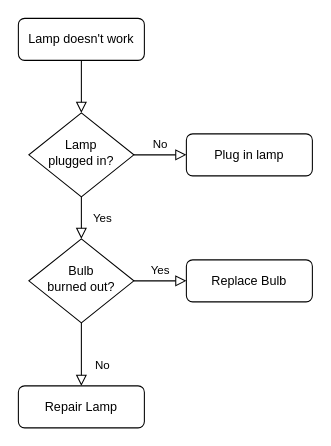
Earlier version of the draw.io diagram Untitled Diagram.drawio (mehammedhasen/printf). Source tidied: cells renumbered, new cells numbered last; positions are measured from the earlier drawing's top-left corner, leaving out a move shared by most shapes. Both pictures are drawn from the tidied source at 105%, with x=0, y=0 at pixel (18, 18).
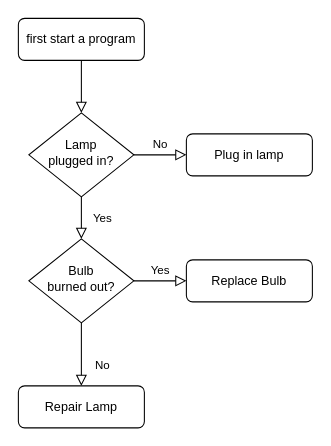
Above is the later version.

Diff of the diagram source:
```diff
@@
 <mxGraphModel>
   <root>
     <mxCell id="0" />
     <mxCell id="1" parent="0" />
     <mxCell id="2" style="rounded=0;html=1;jettySize=auto;fontSize=11;endArrow=block;endFill=0;endSize=8;strokeWidth=1;shadow=0;labelBackgroundColor=none;edgeStyle=orthogonalEdgeStyle;" parent="1" edge="1" source="3" target="6">
       <mxGeometry relative="1" as="geometry" />
     </mxCell>
-    <mxCell id="3" value="Lamp doesn't work" style="rounded=1;whiteSpace=wrap;html=1;fontSize=12;glass=0;strokeWidth=1;shadow=0;" parent="1" vertex="1">
+    <mxCell id="3" value="first start a program" style="rounded=1;whiteSpace=wrap;html=1;fontSize=12;glass=0;strokeWidth=1;shadow=0;" parent="1" vertex="1">
       <mxGeometry width="120" height="40" as="geometry" />
     </mxCell>
     <mxCell id="4" value="Yes" style="rounded=0;html=1;jettySize=auto;fontSize=11;endArrow=block;endFill=0;endSize=8;strokeWidth=1;shadow=0;labelBackgroundColor=none;edgeStyle=orthogonalEdgeStyle;" parent="1" edge="1" source="6" target="10">
       <mxGeometry y="20" relative="1" as="geometry" />
     </mxCell>
     <mxCell id="5" value="No" style="edgeStyle=orthogonalEdgeStyle;rounded=0;html=1;jettySize=auto;fontSize=11;endArrow=block;endFill=0;endSize=8;strokeWidth=1;shadow=0;labelBackgroundColor=none;" parent="1" edge="1" source="6" target="7">
       <mxGeometry y="10" relative="1" as="geometry" />
     </mxCell>
     <mxCell id="6" value="Lamp&lt;br&gt;plugged in?" style="rhombus;whiteSpace=wrap;html=1;shadow=0;fontFamily=Helvetica;fontSize=12;align=center;strokeWidth=1;spacing=6;spacingTop=-4;" parent="1" vertex="1">
       <mxGeometry x="10" y="90" width="100" height="80" as="geometry" />
     </mxCell>
     <mxCell id="7" value="Plug in lamp" style="rounded=1;whiteSpace=wrap;html=1;fontSize=12;glass=0;strokeWidth=1;shadow=0;" parent="1" vertex="1">
       <mxGeometry x="160" y="110" width="120" height="40" as="geometry" />
     </mxCell>
     <mxCell id="8" value="No" style="rounded=0;html=1;jettySize=auto;fontSize=11;endArrow=block;endFill=0;endSize=8;strokeWidth=1;shadow=0;labelBackgroundColor=none;edgeStyle=orthogonalEdgeStyle;" parent="1" edge="1" source="10" target="11">
       <mxGeometry x="0.33" y="20" relative="1" as="geometry" />
     </mxCell>
     <mxCell id="9" value="Yes" style="edgeStyle=orthogonalEdgeStyle;rounded=0;html=1;jettySize=auto;fontSize=11;endArrow=block;endFill=0;endSize=8;strokeWidth=1;shadow=0;labelBackgroundColor=none;" parent="1" edge="1" source="10" target="12">
       <mxGeometry y="10" relative="1" as="geometry" />
     </mxCell>
     <mxCell id="10" value="Bulb&lt;br&gt;burned out?" style="rhombus;whiteSpace=wrap;html=1;shadow=0;fontFamily=Helvetica;fontSize=12;align=center;strokeWidth=1;spacing=6;spacingTop=-4;" parent="1" vertex="1">
       <mxGeometry x="10" y="210" width="100" height="80" as="geometry" />
     </mxCell>
     <mxCell id="11" value="Repair Lamp" style="rounded=1;whiteSpace=wrap;html=1;fontSize=12;glass=0;strokeWidth=1;shadow=0;" parent="1" vertex="1">
       <mxGeometry y="350" width="120" height="40" as="geometry" />
     </mxCell>
     <mxCell id="12" value="Replace Bulb" style="rounded=1;whiteSpace=wrap;html=1;fontSize=12;glass=0;strokeWidth=1;shadow=0;" parent="1" vertex="1">
       <mxGeometry x="160" y="230" width="120" height="40" as="geometry" />
     </mxCell>
   </root>
 </mxGraphModel>
```
